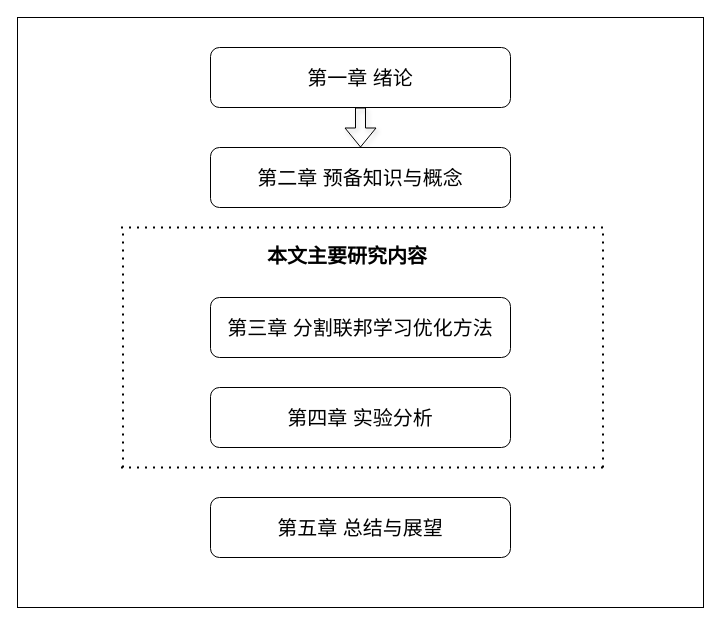
Earlier version of the draw.io diagram 论文组织结构图.drawio (XiaoWenZz/draw-io). Source tidied: cells renumbered, new cells numbered last; positions are measured from the earlier drawing's top-left corner, leaving out a move shared by most shapes. Both pictures are drawn from the tidied source at 100%, with x=0, y=0 at pixel (17, 17).
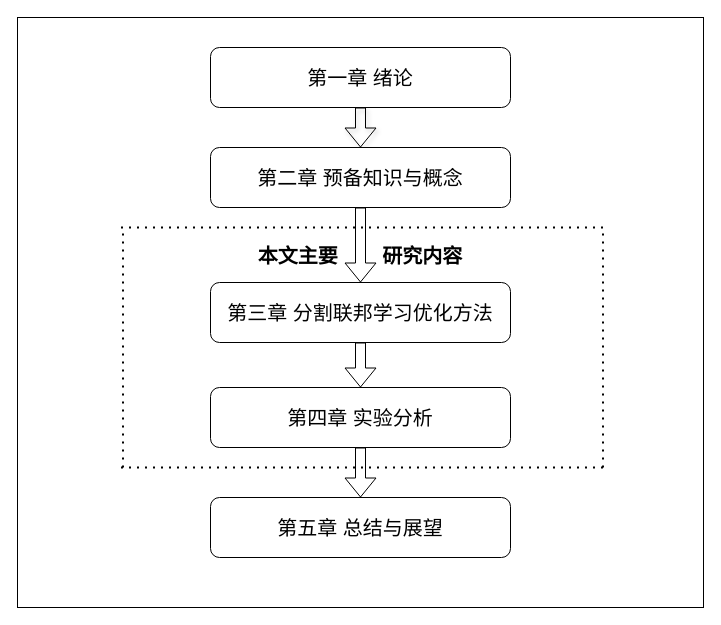
The same page after the edit.

Commit message:
更新论文组织结构图.drawio

The change refers to these unchanged cells:
```xml
<mxCell id="5" value="&lt;font style=&quot;font-size: 20px;&quot;&gt;第二章 预备知识与概念&lt;/font&gt;" style="rounded=1;whiteSpace=wrap;html=1;" parent="1" vertex="1">
  <mxGeometry x="193" y="130" width="300" height="60" as="geometry" />
</mxCell>
<mxCell id="6" value="&lt;font style=&quot;font-size: 20px;&quot;&gt;第五章 总结与展望&lt;/font&gt;" style="rounded=1;whiteSpace=wrap;html=1;" parent="1" vertex="1">
  <mxGeometry x="193" y="480" width="300" height="60" as="geometry" />
</mxCell>
<mxCell id="7" style="group;" parent="1" vertex="1">
  <mxGeometry x="100.5" y="210" width="485" height="240" as="geometry" />
</mxCell>
<mxCell id="14" value="&lt;font style=&quot;font-size: 20px;&quot;&gt;第四章 实验分析&lt;/font&gt;" style="rounded=1;whiteSpace=wrap;html=1;" parent="7" vertex="1">
  <mxGeometry x="92.5" y="160" width="300" height="60" as="geometry" />
</mxCell>
```

Diff of the diagram source:
```diff
@@
+    <mxCell id="15" style="edgeStyle=orthogonalEdgeStyle;rounded=0;jettySize=auto;html=1;exitX=0.5;exitY=1;exitDx=0;exitDy=0;shape=flexArrow;" parent="1" edge="1" source="5" target="13">
+      <mxGeometry relative="1" as="geometry" />
+    </mxCell>
@@
-    <mxCell id="12" value="&lt;b&gt;&lt;font style=&quot;font-size: 20px;&quot;&gt;本&lt;/font&gt;&lt;font style=&quot;background-color: transparent; font-size: 20px;&quot;&gt;文&lt;/font&gt;&lt;font style=&quot;background-color: transparent; font-size: 20px;&quot;&gt;主&lt;/font&gt;&lt;font style=&quot;background-color: transparent; font-size: 20px;&quot;&gt;要&lt;/font&gt;&lt;font style=&quot;background-color: transparent; font-size: 20px;&quot;&gt;研&lt;/font&gt;&lt;font style=&quot;background-color: transparent; font-size: 20px;&quot;&gt;究&lt;/font&gt;&lt;font style=&quot;background-color: transparent; font-size: 20px;&quot;&gt;内&lt;/font&gt;&lt;span style=&quot;background-color: transparent; font-size: 20px;&quot;&gt;容&lt;/span&gt;&lt;/b&gt;" style="text;html=1;align=center;verticalAlign=middle;whiteSpace=wrap;rounded=0;horizontal=1;" parent="7" vertex="1">
-      <mxGeometry x="119" width="220" height="55" as="geometry" />
-    </mxCell>
+    <mxCell id="16" style="edgeStyle=orthogonalEdgeStyle;rounded=0;jettySize=auto;html=1;entryX=0.5;entryY=0;entryDx=0;entryDy=0;shape=flexArrow;" parent="7" edge="1" source="13" target="14">
+      <mxGeometry relative="1" as="geometry" />
+    </mxCell>
     <mxCell id="13" value="&lt;font style=&quot;font-size: 20px;&quot;&gt;第三章 分割联邦学习优化方法&lt;/font&gt;" style="rounded=1;whiteSpace=wrap;html=1;" parent="7" vertex="1">
-      <mxGeometry x="92.5" y="70" width="300" height="60" as="geometry" />
+      <mxGeometry x="92.5" y="55" width="300" height="60" as="geometry" />
     </mxCell>
@@
+    <mxCell id="12" value="&lt;b&gt;&lt;font style=&quot;font-size: 20px;&quot;&gt;本&lt;/font&gt;&lt;font style=&quot;background-color: transparent; font-size: 20px;&quot;&gt;文&lt;/font&gt;&lt;font style=&quot;background-color: transparent; font-size: 20px;&quot;&gt;主&lt;/font&gt;&lt;font style=&quot;background-color: transparent; font-size: 20px;&quot;&gt;要&amp;nbsp; &amp;nbsp; &amp;nbsp; &amp;nbsp;&amp;nbsp;&lt;/font&gt;&lt;font style=&quot;background-color: transparent; font-size: 20px;&quot;&gt;研&lt;/font&gt;&lt;font style=&quot;background-color: transparent; font-size: 20px;&quot;&gt;究&lt;/font&gt;&lt;font style=&quot;background-color: transparent; font-size: 20px;&quot;&gt;内&lt;/font&gt;&lt;span style=&quot;background-color: transparent; font-size: 20px;&quot;&gt;容&lt;/span&gt;&lt;/b&gt;" style="text;html=1;align=center;verticalAlign=middle;whiteSpace=wrap;rounded=0;horizontal=1;" parent="7" vertex="1">
+      <mxGeometry x="132.5" width="220" height="55" as="geometry" />
+    </mxCell>
+    <mxCell id="17" style="edgeStyle=orthogonalEdgeStyle;rounded=0;jettySize=auto;html=1;exitX=0.5;exitY=1;exitDx=0;exitDy=0;shape=flexArrow;" parent="1" edge="1" source="14" target="6">
+      <mxGeometry relative="1" as="geometry" />
+    </mxCell>
```
